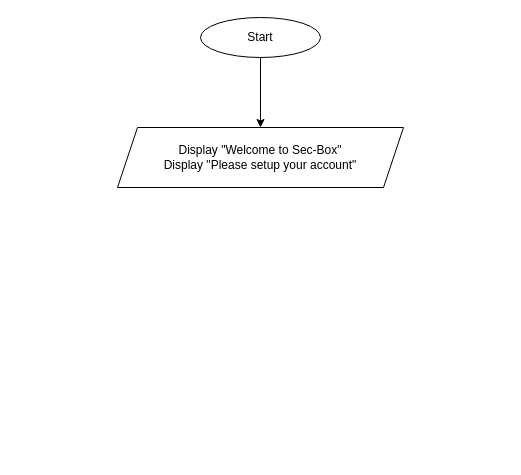
The draw.io diagram page "Page-1" (1 of 9) of sec-box.drawio in aqilanwar/securitybox, before the edit. Source tidied: cells renumbered, new cells numbered last; positions are measured from the earlier drawing's top-left corner, leaving out a move shared by most shapes. Both pictures are drawn from the tidied source at 100%, with x=0, y=0 at pixel (117, 17).
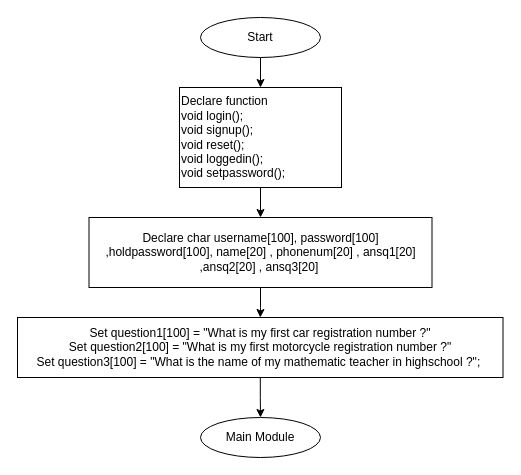
The same page after the edit.

Change to the diagram source:
```diff
@@
 <mxGraphModel>
   <root>
     <mxCell id="0" />
     <mxCell id="1" parent="0" />
-    <mxCell id="2" style="edgeStyle=orthogonalEdgeStyle;rounded=0;jettySize=auto;html=1;" parent="1" edge="1" source="3" target="4">
-      <mxGeometry relative="1" as="geometry" />
-    </mxCell>
+    <mxCell id="5" style="edgeStyle=orthogonalEdgeStyle;rounded=0;jettySize=auto;html=1;" parent="1" edge="1" source="3" target="11">
+      <mxGeometry relative="1" as="geometry" />
+    </mxCell>
     <mxCell id="3" value="Start" style="ellipse;whiteSpace=wrap;html=1;" parent="1" vertex="1">
       <mxGeometry x="83" width="120" height="40" as="geometry" />
     </mxCell>
-    <mxCell id="4" value="Display &quot;Welcome to Sec-Box&quot;&lt;br&gt;Display &quot;Please setup your account&quot;" style="shape=parallelogram;perimeter=parallelogramPerimeter;whiteSpace=wrap;html=1;fixedSize=1;" parent="1" vertex="1">
-      <mxGeometry y="110" width="286" height="60" as="geometry" />
-    </mxCell>
+    <mxCell id="6" style="edgeStyle=orthogonalEdgeStyle;rounded=0;jettySize=auto;html=1;" parent="1" edge="1" source="7" target="9">
+      <mxGeometry relative="1" as="geometry" />
+    </mxCell>
+    <mxCell id="7" value="Declare char username[100], password[100] ,holdpassword[100], name[20] , phonenum[20] , ansq1[20] ,ansq2[20] , ansq3[20]&amp;nbsp;" style="whiteSpace=wrap;html=1;" parent="1" vertex="1">
+      <mxGeometry x="-28.5" y="200" width="343" height="70" as="geometry" />
+    </mxCell>
+    <mxCell id="8" style="edgeStyle=orthogonalEdgeStyle;rounded=0;jettySize=auto;html=1;" parent="1" edge="1" source="9" target="12">
+      <mxGeometry relative="1" as="geometry" />
+    </mxCell>
+    <mxCell id="9" value="Set&amp;nbsp;question1[100] = &quot;What is my first car registration number ?&quot;&lt;br&gt;Set&amp;nbsp;question2[100] = &quot;What is my first motorcycle registration number ?&quot;&lt;br&gt;Set&amp;nbsp;question3[100] = &quot;What is the name of my mathematic teacher in highschool ?&quot;;&amp;nbsp;" style="whiteSpace=wrap;html=1;" parent="1" vertex="1">
+      <mxGeometry x="-100" y="300" width="485.5" height="60" as="geometry" />
+    </mxCell>
+    <mxCell id="10" style="edgeStyle=orthogonalEdgeStyle;rounded=0;jettySize=auto;html=1;" parent="1" edge="1" source="11" target="7">
+      <mxGeometry relative="1" as="geometry" />
+    </mxCell>
+    <mxCell id="11" value="Declare function&lt;br&gt;&lt;span&gt;void login();&lt;/span&gt;&lt;div&gt;void signup();&lt;/div&gt;&lt;div&gt;void reset();&lt;/div&gt;&lt;div&gt;void loggedin();&lt;/div&gt;&lt;div&gt;void setpassword();&lt;/div&gt;" style="whiteSpace=wrap;html=1;align=left;" parent="1" vertex="1">
+      <mxGeometry x="62" y="70" width="162" height="100" as="geometry" />
+    </mxCell>
+    <mxCell id="12" value="Main Module" style="ellipse;whiteSpace=wrap;html=1;" parent="1" vertex="1">
+      <mxGeometry x="83" y="400" width="120" height="40" as="geometry" />
+    </mxCell>
   </root>
 </mxGraphModel>
```
